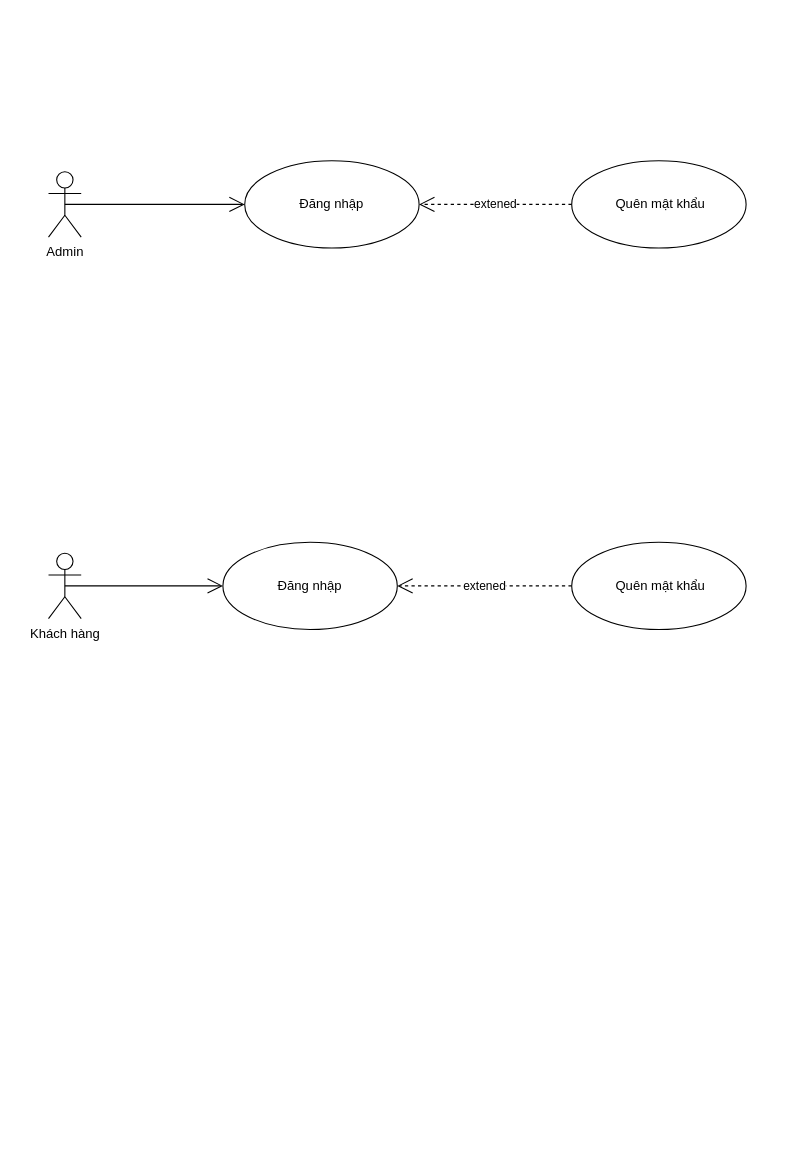
Earlier version of the draw.io diagram page "Đăng nhập" (2 of 40) of PlantCare.drawio (kimngan0903/KimNgan_DoAnTotNghiep_2110900033). Source tidied: cells renumbered, new cells numbered last; positions are measured from the earlier drawing's top-left corner, leaving out a move shared by most shapes. Both pictures are drawn from the tidied source at 109%, with x=0, y=0 at pixel (48, 160).
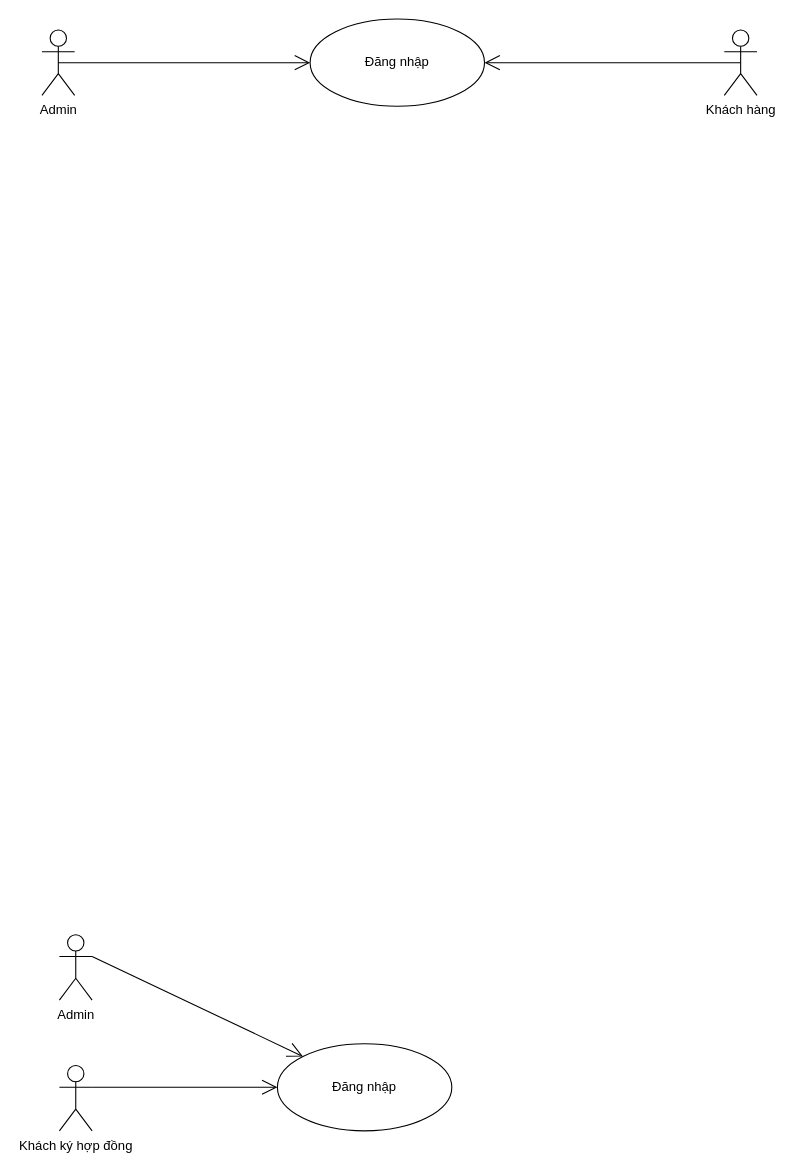
After the change.

Change to the diagram source:
```diff
@@
 <mxGraphModel>
   <root>
     <mxCell id="0" />
     <mxCell id="1" parent="0" />
     <mxCell id="2" value="Đăng nhập" style="ellipse;whiteSpace=wrap;html=1;" parent="1" vertex="1">
-      <mxGeometry x="180" width="160" height="80" as="geometry" />
+      <mxGeometry x="210" y="810" width="160" height="80" as="geometry" />
     </mxCell>
     <mxCell id="3" value="Admin" style="shape=umlActor;verticalLabelPosition=bottom;verticalAlign=top;html=1;" parent="1" vertex="1">
-      <mxGeometry y="10" width="30" height="60" as="geometry" />
+      <mxGeometry x="10" y="710" width="30" height="60" as="geometry" />
     </mxCell>
-    <mxCell id="4" style="endArrow=open;endFill=1;endSize=12;html=1;rounded=0;exitX=0.5;exitY=0.5;exitDx=0;exitDy=0;exitPerimeter=0;entryX=0;entryY=0.5;entryDx=0;entryDy=0;" parent="1" edge="1" source="3" target="2">
+    <mxCell id="4" style="endArrow=open;endFill=1;endSize=12;html=1;rounded=0;exitX=1;exitY=0.3333333333333333;exitDx=0;exitDy=0;exitPerimeter=0;entryX=0;entryY=0;entryDx=0;entryDy=0;" parent="1" edge="1" source="3" target="2">
       <mxGeometry relative="1" as="geometry" />
     </mxCell>
-    <mxCell id="5" value="Đăng nhập" style="ellipse;whiteSpace=wrap;html=1;" parent="1" vertex="1">
-      <mxGeometry x="160" y="350" width="160" height="80" as="geometry" />
-    </mxCell>
-    <mxCell id="6" value="Khách hàng" style="shape=umlActor;verticalLabelPosition=bottom;verticalAlign=top;html=1;" parent="1" vertex="1">
-      <mxGeometry y="360" width="30" height="60" as="geometry" />
+    <mxCell id="6" value="Khách ký hợp đồng" style="shape=umlActor;verticalLabelPosition=bottom;verticalAlign=top;html=1;" parent="1" vertex="1">
+      <mxGeometry x="10" y="830" width="30" height="60" as="geometry" />
     </mxCell>
-    <mxCell id="7" style="endArrow=open;endFill=1;endSize=12;html=1;rounded=0;entryX=0;entryY=0.5;entryDx=0;entryDy=0;exitX=0.5;exitY=0.5;exitDx=0;exitDy=0;exitPerimeter=0;" parent="1" edge="1" source="6" target="5">
+    <mxCell id="7" style="endArrow=open;endFill=1;endSize=12;html=1;rounded=0;entryX=0;entryY=0.5;entryDx=0;entryDy=0;exitX=1;exitY=0.3333333333333333;exitDx=0;exitDy=0;exitPerimeter=0;" parent="1" edge="1" source="6" target="2">
       <mxGeometry relative="1" as="geometry" />
     </mxCell>
-    <mxCell id="8" value="extened" style="endArrow=open;endSize=12;dashed=1;html=1;rounded=0;exitX=0;exitY=0.5;exitDx=0;exitDy=0;entryX=1;entryY=0.5;entryDx=0;entryDy=0;" parent="1" edge="1" source="9" target="5">
-      <mxGeometry relative="1" as="geometry" />
-    </mxCell>
-    <mxCell id="9" value="&amp;nbsp;Quên mật khẩu" style="ellipse;whiteSpace=wrap;html=1;" parent="1" vertex="1">
-      <mxGeometry x="480" y="350" width="160" height="80" as="geometry" />
-    </mxCell>
-    <mxCell id="10" value="&amp;nbsp;Quên mật khẩu" style="ellipse;whiteSpace=wrap;html=1;" parent="1" vertex="1">
-      <mxGeometry x="480" width="160" height="80" as="geometry" />
-    </mxCell>
-    <mxCell id="11" value="extened" style="endArrow=open;endSize=12;dashed=1;html=1;rounded=0;exitX=0;exitY=0.5;exitDx=0;exitDy=0;entryX=1;entryY=0.5;entryDx=0;entryDy=0;" parent="1" edge="1" source="10" target="2">
-      <mxGeometry relative="1" as="geometry" />
-    </mxCell>
+    <mxCell id="5" value="Đăng nhập" style="ellipse;whiteSpace=wrap;html=1;" parent="1" vertex="1">
+      <mxGeometry x="240" y="-130" width="160" height="80" as="geometry" />
+    </mxCell>
+    <mxCell id="12" value="Admin" style="shape=umlActor;verticalLabelPosition=bottom;verticalAlign=top;html=1;" parent="1" vertex="1">
+      <mxGeometry x="-6" y="-120" width="30" height="60" as="geometry" />
+    </mxCell>
+    <mxCell id="13" style="endArrow=open;endFill=1;endSize=12;html=1;rounded=0;exitX=0.5;exitY=0.5;exitDx=0;exitDy=0;exitPerimeter=0;entryX=0;entryY=0.5;entryDx=0;entryDy=0;" parent="1" edge="1" source="12" target="5">
+      <mxGeometry relative="1" as="geometry" />
+    </mxCell>
+    <mxCell id="14" value="Khách hàng" style="shape=umlActor;verticalLabelPosition=bottom;verticalAlign=top;html=1;" parent="1" vertex="1">
+      <mxGeometry x="620" y="-120" width="30" height="60" as="geometry" />
+    </mxCell>
+    <mxCell id="15" style="endArrow=open;endFill=1;endSize=12;html=1;rounded=0;entryX=1;entryY=0.5;entryDx=0;entryDy=0;exitX=0.5;exitY=0.5;exitDx=0;exitDy=0;exitPerimeter=0;" parent="1" edge="1" source="14" target="5">
+      <mxGeometry relative="1" as="geometry" />
+    </mxCell>
   </root>
 </mxGraphModel>
```
